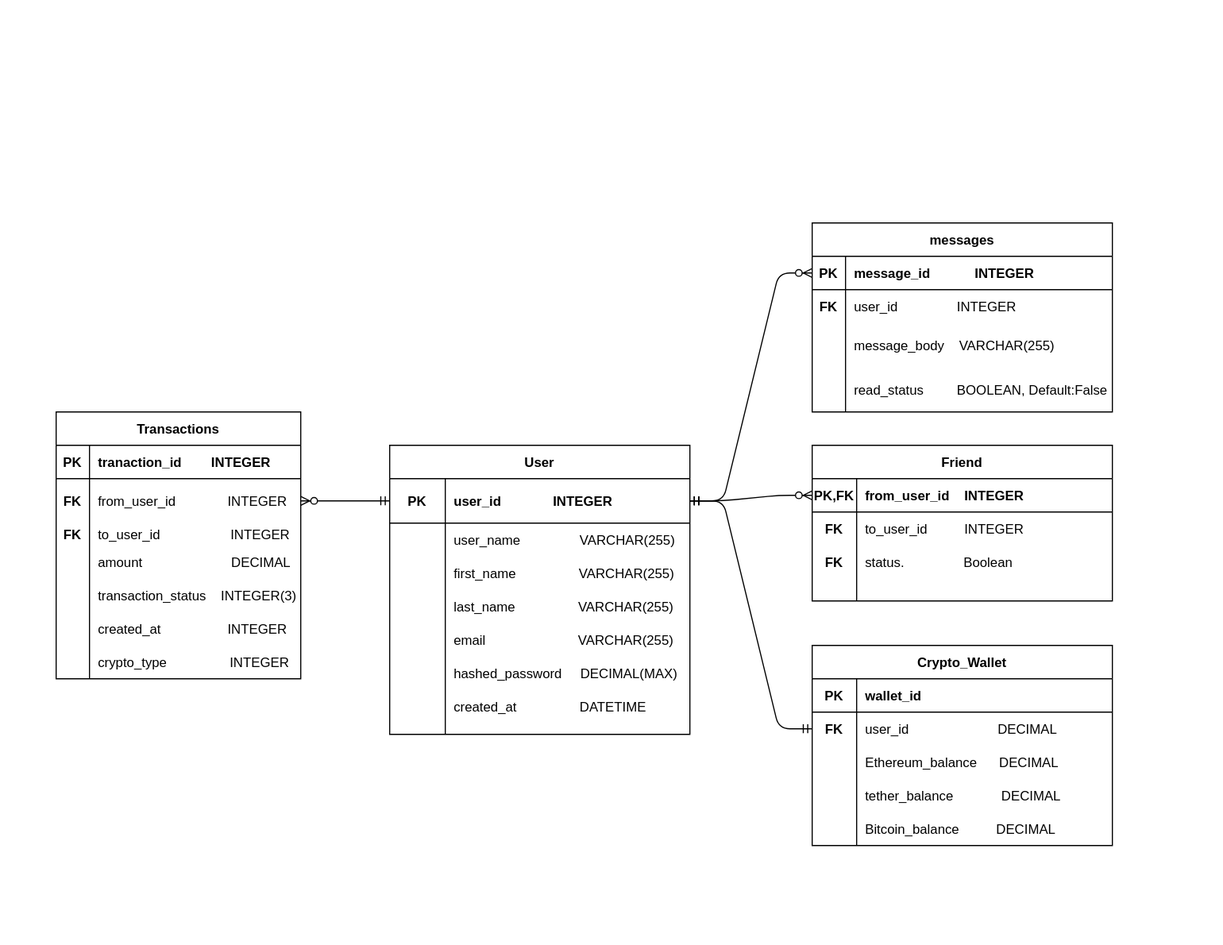
Jubintgh/CoinPal_clone keeps this draw.io diagram as about/Untitled Diagram.svg. Above is the earlier version. Source tidied: cells renumbered, new cells last; positions are measured from the earlier drawing's top-left corner, leaving out a move shared by most shapes.
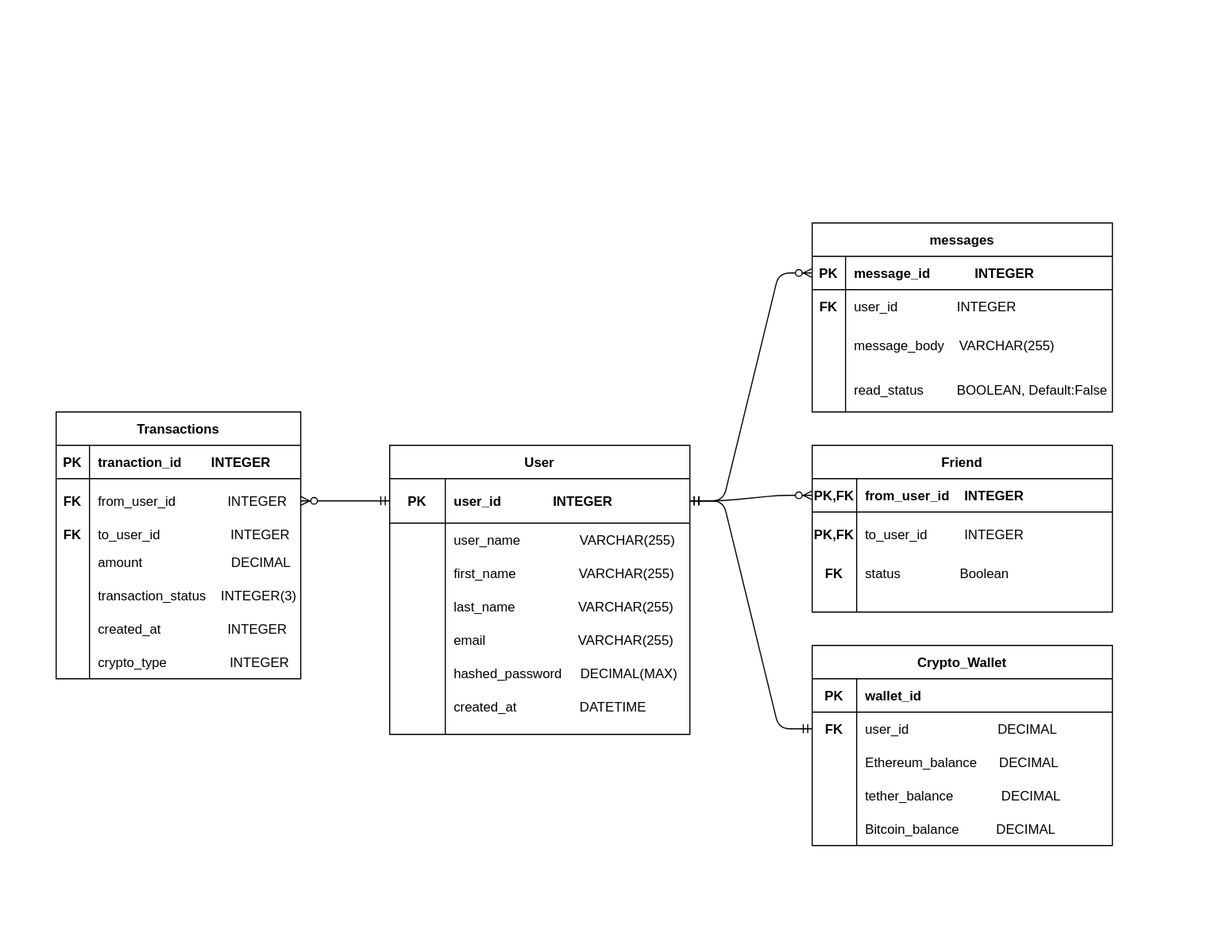
After the commit.

What changed in the source:
```diff
@@ -69,7 +69,7 @@
       <mxGeometry x="50" width="220" height="30" as="geometry" />
     </mxCell>
     <mxCell id="24" value="Friend" style="shape=table;startSize=30;rowLines=0;fontStyle=1;align=center;" parent="1" vertex="1">
-      <mxGeometry x="680" y="200" width="270" height="140" as="geometry" />
+      <mxGeometry x="680" y="200" width="270" height="150" as="geometry" />
     </mxCell>
     <mxCell id="25" style="shape=partialRectangle;fillColor=none;top=0;left=0;bottom=1;right=0;points=[[0,0.5],[1,0.5]];portConstraint=eastwest;" parent="24" vertex="1">
       <mxGeometry y="30" width="270" height="30" as="geometry" />
@@ -81,21 +81,21 @@
       <mxGeometry x="40" width="230" height="30" as="geometry" />
     </mxCell>
     <mxCell id="28" style="shape=partialRectangle;fillColor=none;top=0;left=0;bottom=0;right=0;" parent="24" vertex="1">
-      <mxGeometry y="60" width="270" height="30" as="geometry" />
+      <mxGeometry y="60" width="270" height="40" as="geometry" />
     </mxCell>
-    <mxCell id="29" value="FK" style="shape=partialRectangle;fillColor=none;top=0;left=0;bottom=0;right=0;overflow=hidden;fontStyle=1;" parent="28" vertex="1">
-      <mxGeometry width="40" height="30" as="geometry" />
+    <mxCell id="29" value="PK,FK" style="shape=partialRectangle;fillColor=none;top=0;left=0;bottom=0;right=0;overflow=hidden;fontStyle=1;" parent="28" vertex="1">
+      <mxGeometry width="40" height="40" as="geometry" />
     </mxCell>
     <mxCell id="30" value="to_user_id          INTEGER" style="shape=partialRectangle;fillColor=none;top=0;left=0;bottom=0;right=0;align=left;spacingLeft=6;overflow=hidden;" parent="28" vertex="1">
-      <mxGeometry x="40" width="230" height="30" as="geometry" />
+      <mxGeometry x="40" width="230" height="40" as="geometry" />
     </mxCell>
     <mxCell id="31" style="shape=partialRectangle;fillColor=none;top=0;left=0;bottom=0;right=0;" parent="24" vertex="1">
-      <mxGeometry y="90" width="270" height="30" as="geometry" />
+      <mxGeometry y="100" width="270" height="30" as="geometry" />
     </mxCell>
     <mxCell id="32" value="FK" style="shape=partialRectangle;fillColor=none;top=0;left=0;bottom=0;right=0;overflow=hidden;fontStyle=1;" parent="31" vertex="1">
       <mxGeometry width="40" height="30" as="geometry" />
     </mxCell>
-    <mxCell id="33" value="status.                Boolean" style="shape=partialRectangle;fillColor=none;top=0;left=0;bottom=0;right=0;align=left;spacingLeft=6;overflow=hidden;" parent="31" vertex="1">
+    <mxCell id="33" value="status                Boolean" style="shape=partialRectangle;fillColor=none;top=0;left=0;bottom=0;right=0;align=left;spacingLeft=6;overflow=hidden;" parent="31" vertex="1">
       <mxGeometry x="40" width="230" height="30" as="geometry" />
     </mxCell>
     <mxCell id="34" value="Transactions" style="shape=table;startSize=30;rowLines=0;fontStyle=1;align=center;" parent="1" vertex="1">
```
